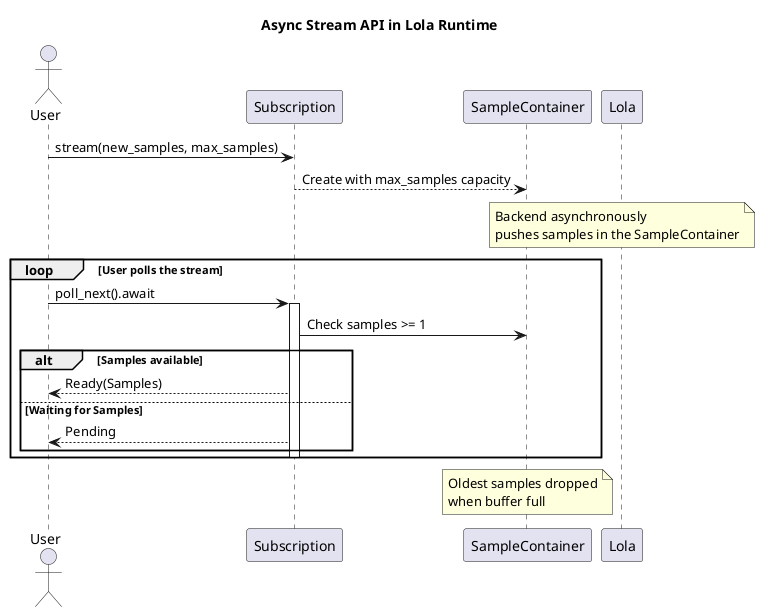
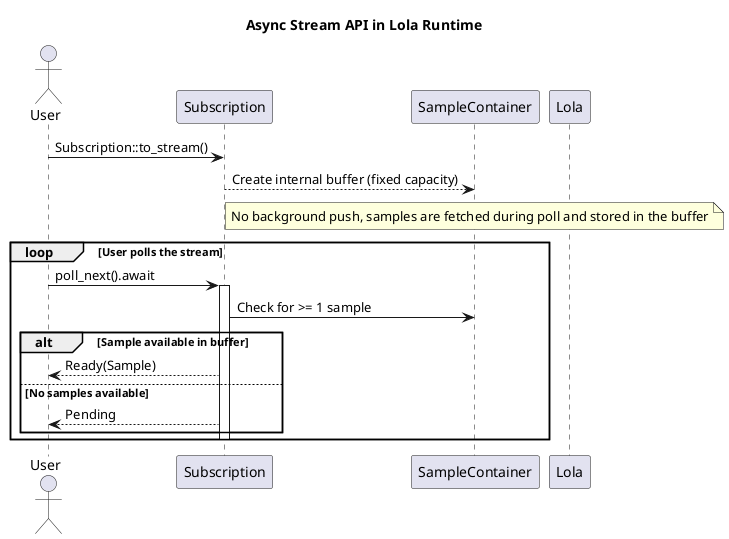
@startuml com_api_stream_api_lola_runtime

' Copyright (c) 2026 Contributors to the Eclipse Foundation
'
' See the NOTICE file(s) distributed with this work for additional
' information regarding copyright ownership.
'
' This program and the accompanying materials are made available under the
' terms of the Apache License Version 2.0 which is available at
' <https://www.apache.org/licenses/LICENSE-2.0>
'
' SPDX-License-Identifier: Apache-2.0

title Async Stream API in Lola Runtime

actor User
participant "Subscription" as Subscription
participant "SampleContainer" as SampleContainer
participant "Lola" as Lola

- User -> Subscription: stream(new_samples, max_samples)
- Subscription --> SampleContainer: Create with max_samples capacity
+ User -> Subscription: Subscription::to_stream()
+ Subscription --> SampleContainer: Create internal buffer (fixed capacity)

- Note over Lola: Backend asynchronously\npushes samples in the SampleContainer
- 
+ Note over SampleContainer: No background push, samples are fetched during poll and stored in the buffer
loop User polls the stream
    User -> Subscription: poll_next().await
    activate Subscription
-     Subscription -> SampleContainer: Check samples >= 1
+     Subscription -> SampleContainer: Check for >= 1 sample

-     alt Samples available
-         Subscription --> User: Ready(Samples)
-     else Waiting for Samples
+     alt Sample available in buffer
+         Subscription --> User: Ready(Sample)
+     else No samples available
        Subscription --> User: Pending
    end
    deactivate Subscription
end

- Note over SampleContainer: Oldest samples dropped\nwhen buffer full
- 
@enduml
